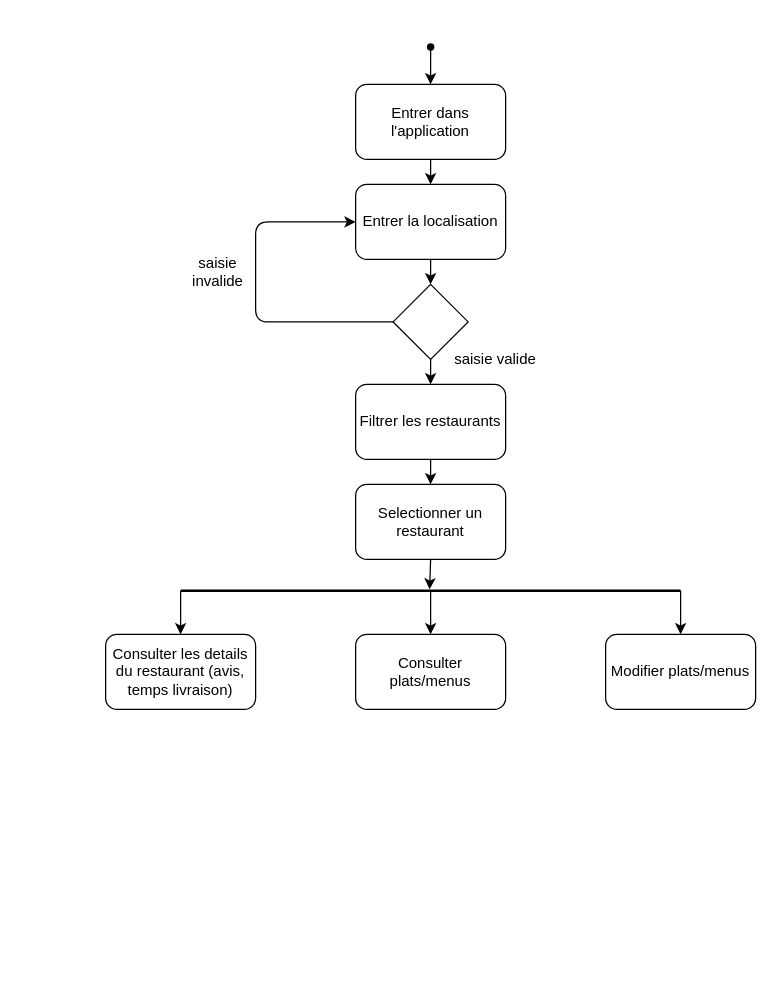
TheAIWizard/Ensaeats keeps this draw.io diagram as diagramme_activite.drawio. Above is the earlier version. Source tidied: cells renumbered, new cells numbered last; positions are measured from the earlier drawing's top-left corner, leaving out a move shared by most shapes. Both pictures are drawn from the tidied source at 125%, with x=0, y=0 at pixel (105, 21).
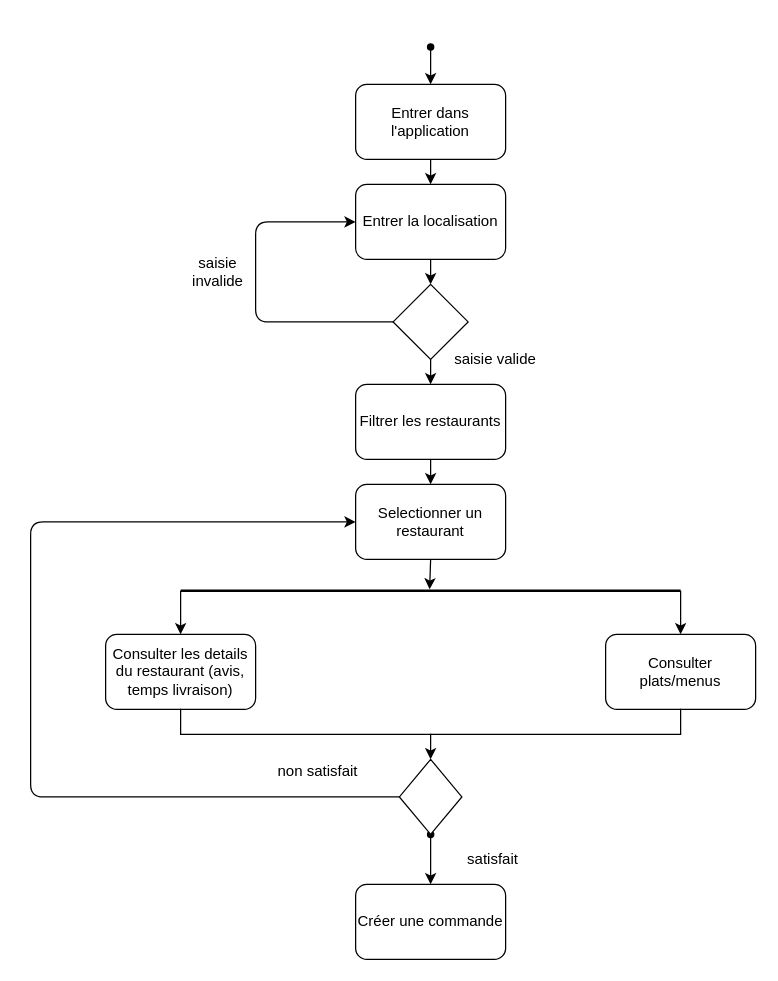
After the change.

Commit message:
Diagramme d'activité version 2

The change refers to these unchanged cells:
```xml
<mxCell id="14" value="Selectionner un restaurant" style="rounded=1;whiteSpace=wrap;html=1;" parent="1" vertex="1">
  <mxGeometry x="200" y="370" width="120" height="60" as="geometry" />
</mxCell>
```

Diff of the diagram source:
```diff
@@
-    <mxCell id="19" value="Modifier plats/menus" style="rounded=1;whiteSpace=wrap;html=1;" parent="1" vertex="1">
+    <mxCell id="19" value="&lt;span&gt;Consulter plats/menus&lt;/span&gt;" style="rounded=1;whiteSpace=wrap;html=1;" parent="1" vertex="1">
       <mxGeometry x="400" y="490" width="120" height="60" as="geometry" />
     </mxCell>
-    <mxCell id="20" value="Consulter plats/menus" style="rounded=1;whiteSpace=wrap;html=1;" parent="1" vertex="1">
-      <mxGeometry x="200" y="490" width="120" height="60" as="geometry" />
-    </mxCell>
-    <mxCell id="21" style="endArrow=classic;html=1;entryX=0.5;entryY=0;entryDx=0;entryDy=0;" parent="1" edge="1" target="20">
-      <mxGeometry relative="1" as="geometry">
-        <mxPoint x="260" y="455" as="sourcePoint" />
-      </mxGeometry>
-    </mxCell>
@@
+    <mxCell id="24" value="Créer une commande" style="rounded=1;whiteSpace=wrap;html=1;" parent="1" vertex="1">
+      <mxGeometry x="200" y="690" width="120" height="60" as="geometry" />
+    </mxCell>
+    <mxCell id="25" style="edgeStyle=elbowEdgeStyle;elbow=horizontal;endArrow=classic;html=1;entryX=0;entryY=0.5;entryDx=0;entryDy=0;exitX=0;exitY=0.5;exitDx=0;exitDy=0;" parent="1" edge="1" source="30" target="14">
+      <mxGeometry relative="1" as="geometry">
+        <Array as="points">
+          <mxPoint x="-60" y="470" />
+        </Array>
+      </mxGeometry>
+    </mxCell>
+    <mxCell id="26" value="non satisfait" style="text;html=1;strokeColor=none;fillColor=none;align=center;verticalAlign=middle;whiteSpace=wrap;rounded=0;" parent="1" vertex="1">
+      <mxGeometry x="130" y="590" width="80" height="20" as="geometry" />
+    </mxCell>
+    <mxCell id="27" value="satisfait" style="text;html=1;strokeColor=none;fillColor=none;align=center;verticalAlign=middle;whiteSpace=wrap;rounded=0;" parent="1" vertex="1">
+      <mxGeometry x="290" y="660" width="40" height="20" as="geometry" />
+    </mxCell>
+    <mxCell id="28" style="shape=waypoint;sketch=0;fillStyle=solid;size=6;points=[];fillColor=none;perimeter=centerPerimeter;snapToPoint=1;" parent="1" vertex="1">
+      <mxGeometry x="240" y="630" width="40" height="40" as="geometry" />
+    </mxCell>
+    <mxCell id="29" style="endArrow=classic;html=1;exitX=0.425;exitY=0.475;exitDx=0;exitDy=0;exitPerimeter=0;" parent="1" edge="1" source="28">
+      <mxGeometry relative="1" as="geometry">
+        <mxPoint x="260" y="690" as="targetPoint" />
+      </mxGeometry>
+    </mxCell>
+    <mxCell id="30" style="rhombus;whiteSpace=wrap;html=1;" parent="1" vertex="1">
+      <mxGeometry x="235" y="590" width="50" height="60" as="geometry" />
+    </mxCell>
+    <mxCell id="31" style="shape=partialRectangle;whiteSpace=wrap;html=1;bottom=0;right=0;fillColor=none;direction=west;" parent="1" vertex="1">
+      <mxGeometry x="260" y="550" width="200" height="20" as="geometry" />
+    </mxCell>
+    <mxCell id="32" style="shape=partialRectangle;whiteSpace=wrap;html=1;bottom=0;right=0;fillColor=none;direction=north;" parent="1" vertex="1">
+      <mxGeometry x="60" y="550" width="200" height="20" as="geometry" />
+    </mxCell>
+    <mxCell id="33" style="endArrow=classic;html=1;exitX=0;exitY=1;exitDx=0;exitDy=0;" parent="1" edge="1" source="32" target="30">
+      <mxGeometry relative="1" as="geometry" />
+    </mxCell>
```
